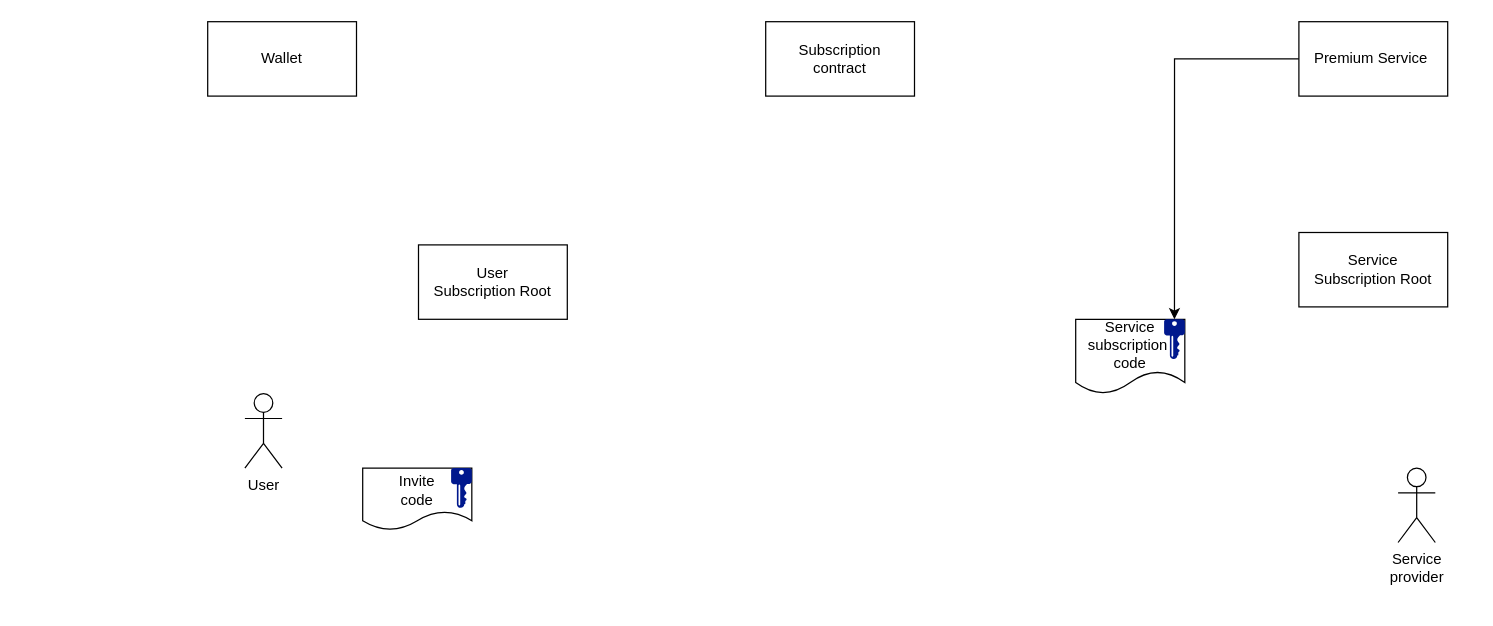
SkySonR/draw.io keeps this draw.io diagram as Untitled Diagram.drawio. Above is the earlier version. Source tidied: cells renumbered, new cells numbered last; positions are measured from the earlier drawing's top-left corner, leaving out a move shared by most shapes. Both pictures are drawn from the tidied source at 124%, with x=0, y=0 at pixel (207, 21).
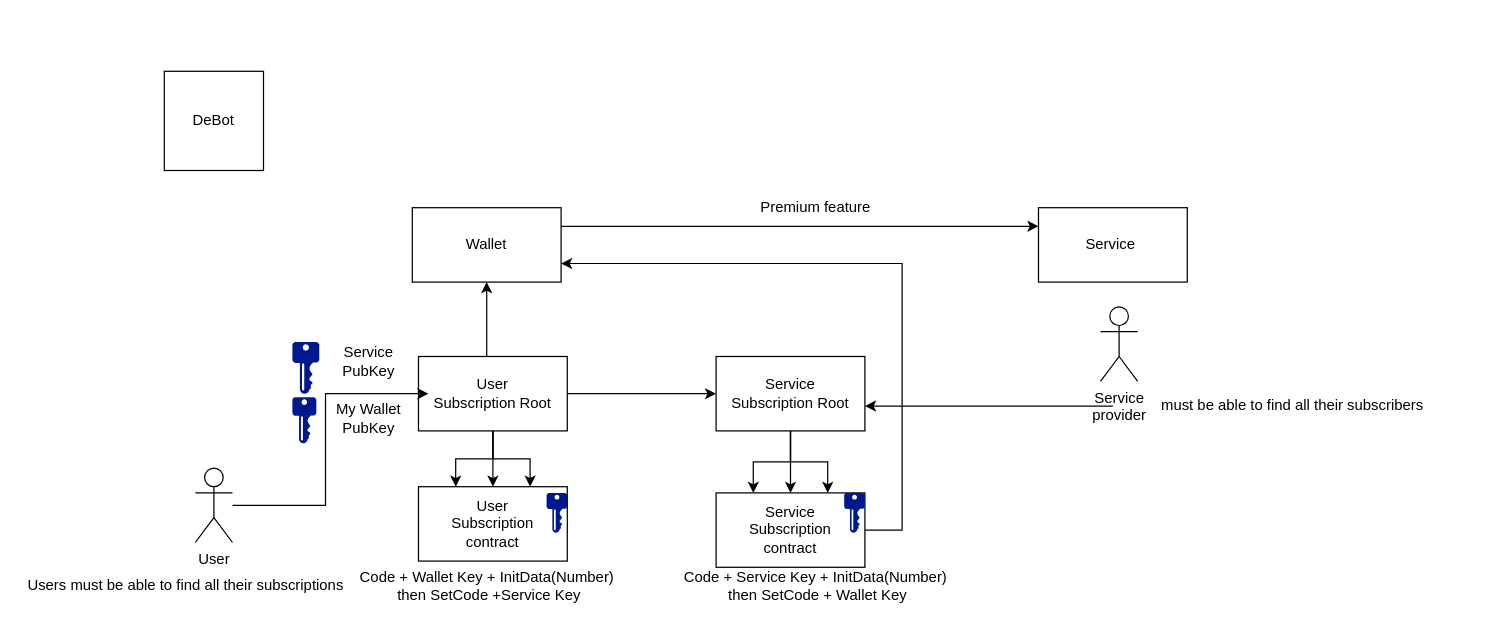
The same diagram, later.

What changed in the source:
```diff
@@
-    <mxCell id="2" value="Subscription&lt;br&gt;contract" style="rounded=0;whiteSpace=wrap;html=1;" parent="1" vertex="1">
-      <mxGeometry x="450" width="120" height="60" as="geometry" />
-    </mxCell>
+    <mxCell id="4" value="User" style="shape=umlActor;verticalLabelPosition=bottom;verticalAlign=top;html=1;outlineConnect=0;" parent="1" vertex="1">
+      <mxGeometry x="-10" y="360" width="30" height="60" as="geometry" />
+    </mxCell>
+    <mxCell id="7" value="Service&amp;nbsp;" style="rounded=0;whiteSpace=wrap;html=1;" parent="1" vertex="1">
+      <mxGeometry x="670" y="150" width="120" height="60" as="geometry" />
+    </mxCell>
+    <mxCell id="17" style="edgeStyle=orthogonalEdgeStyle;rounded=0;jettySize=auto;html=1;entryX=0.5;entryY=0;entryDx=0;entryDy=0;" parent="1" edge="1" source="15" target="28">
+      <mxGeometry relative="1" as="geometry" />
+    </mxCell>
+    <mxCell id="18" style="edgeStyle=orthogonalEdgeStyle;rounded=0;jettySize=auto;html=1;entryX=0.75;entryY=0;entryDx=0;entryDy=0;" parent="1" edge="1" source="15" target="28">
+      <mxGeometry relative="1" as="geometry" />
+    </mxCell>
+    <mxCell id="19" style="edgeStyle=orthogonalEdgeStyle;rounded=0;jettySize=auto;html=1;entryX=0.25;entryY=0;entryDx=0;entryDy=0;" parent="1" edge="1" source="15" target="28">
+      <mxGeometry relative="1" as="geometry" />
+    </mxCell>
+    <mxCell id="15" value="Service&lt;br&gt;Subscription Root" style="rounded=0;whiteSpace=wrap;html=1;" parent="1" vertex="1">
+      <mxGeometry x="410" y="270" width="120" height="60" as="geometry" />
+    </mxCell>
+    <mxCell id="20" style="edgeStyle=orthogonalEdgeStyle;rounded=0;jettySize=auto;html=1;entryX=0.5;entryY=0;entryDx=0;entryDy=0;" parent="1" edge="1" source="16" target="32">
+      <mxGeometry relative="1" as="geometry" />
+    </mxCell>
+    <mxCell id="21" style="edgeStyle=orthogonalEdgeStyle;rounded=0;jettySize=auto;html=1;entryX=0.75;entryY=0;entryDx=0;entryDy=0;" parent="1" edge="1" source="16" target="32">
+      <mxGeometry relative="1" as="geometry" />
+    </mxCell>
+    <mxCell id="22" style="edgeStyle=orthogonalEdgeStyle;rounded=0;jettySize=auto;html=1;entryX=0;entryY=0.5;entryDx=0;entryDy=0;" parent="1" edge="1" source="16" target="15">
+      <mxGeometry relative="1" as="geometry" />
+    </mxCell>
+    <mxCell id="23" style="edgeStyle=orthogonalEdgeStyle;rounded=0;jettySize=auto;html=1;entryX=0.5;entryY=1;entryDx=0;entryDy=0;" parent="1" edge="1" source="16" target="3">
+      <mxGeometry relative="1" as="geometry">
+        <Array as="points">
+          <mxPoint x="225" y="260" />
+          <mxPoint x="225" y="260" />
+        </Array>
+      </mxGeometry>
+    </mxCell>
+    <mxCell id="24" style="edgeStyle=orthogonalEdgeStyle;rounded=0;jettySize=auto;html=1;entryX=0.25;entryY=0;entryDx=0;entryDy=0;" parent="1" edge="1" source="16" target="32">
+      <mxGeometry relative="1" as="geometry" />
+    </mxCell>
+    <mxCell id="16" value="User&lt;br&gt;Subscription Root" style="rounded=0;whiteSpace=wrap;html=1;" parent="1" vertex="1">
+      <mxGeometry x="170" y="270" width="120" height="60" as="geometry" />
+    </mxCell>
+    <mxCell id="25" value="Users must be able to find all their subscriptions" style="text;html=1;strokeColor=none;fillColor=none;align=center;verticalAlign=middle;whiteSpace=wrap;rounded=0;" parent="1" vertex="1">
+      <mxGeometry x="-150" y="445" width="265" height="20" as="geometry" />
+    </mxCell>
+    <mxCell id="26" style="edgeStyle=orthogonalEdgeStyle;rounded=0;jettySize=auto;html=1;" parent="1" edge="1" source="46" target="15">
+      <mxGeometry relative="1" as="geometry">
+        <Array as="points">
+          <mxPoint x="780" y="300" />
+        </Array>
+      </mxGeometry>
+    </mxCell>
+    <mxCell id="27" style="group;" parent="1" vertex="1">
+      <mxGeometry x="410" y="380" width="120" height="60" as="geometry" />
+    </mxCell>
+    <mxCell id="28" value="Service&lt;br&gt;Subscription&lt;br&gt;contract" style="rounded=0;whiteSpace=wrap;html=1;" parent="27" vertex="1">
+      <mxGeometry width="120" height="60" as="geometry" />
+    </mxCell>
+    <mxCell id="29" style="shadow=0;dashed=0;html=1;strokeColor=none;labelPosition=center;verticalLabelPosition=bottom;verticalAlign=top;align=center;fillColor=#00188D;shape=mxgraph.mscae.enterprise.key_permissions;" parent="27" vertex="1">
+      <mxGeometry x="103.3" width="16.7" height="32.1" as="geometry" />
+    </mxCell>
+    <mxCell id="30" style="edgeStyle=orthogonalEdgeStyle;rounded=0;jettySize=auto;html=1;exitX=1;exitY=0.25;exitDx=0;exitDy=0;entryX=0;entryY=0.25;entryDx=0;entryDy=0;" parent="1" edge="1" source="3" target="7">
+      <mxGeometry relative="1" as="geometry" />
+    </mxCell>
     <mxCell id="3" value="Wallet" style="rounded=0;whiteSpace=wrap;html=1;" parent="1" vertex="1">
-      <mxGeometry width="120" height="60" as="geometry" />
+      <mxGeometry x="165" y="150" width="120" height="60" as="geometry" />
     </mxCell>
-    <mxCell id="4" value="User" style="shape=umlActor;verticalLabelPosition=bottom;verticalAlign=top;html=1;outlineConnect=0;" parent="1" vertex="1">
-      <mxGeometry x="30" y="300" width="30" height="60" as="geometry" />
-    </mxCell>
+    <mxCell id="31" style="group;" parent="1" vertex="1">
+      <mxGeometry x="170" y="375" width="120" height="60" as="geometry" />
+    </mxCell>
+    <mxCell id="32" value="User&lt;br&gt;Subscription&lt;br&gt;contract" style="rounded=0;whiteSpace=wrap;html=1;" parent="31" vertex="1">
+      <mxGeometry width="120" height="60" as="geometry" />
+    </mxCell>
+    <mxCell id="33" style="shadow=0;dashed=0;html=1;strokeColor=none;labelPosition=center;verticalLabelPosition=bottom;verticalAlign=top;align=center;fillColor=#00188D;shape=mxgraph.mscae.enterprise.key_permissions;" parent="31" vertex="1">
+      <mxGeometry x="103.3" y="5" width="16.7" height="32.1" as="geometry" />
+    </mxCell>
+    <mxCell id="34" style="edgeStyle=orthogonalEdgeStyle;rounded=0;jettySize=auto;html=1;" parent="1" edge="1" source="4">
+      <mxGeometry relative="1" as="geometry">
+        <mxPoint x="178" y="300" as="targetPoint" />
+        <Array as="points">
+          <mxPoint x="95" y="390" />
+          <mxPoint x="95" y="300" />
+          <mxPoint x="178" y="300" />
+        </Array>
+      </mxGeometry>
+    </mxCell>
+    <mxCell id="35" value="My Wallet PubKey" style="text;html=1;strokeColor=none;fillColor=none;align=center;verticalAlign=middle;whiteSpace=wrap;rounded=0;" parent="1" vertex="1">
+      <mxGeometry x="100" y="310" width="60" height="20" as="geometry" />
+    </mxCell>
+    <mxCell id="36" style="shadow=0;dashed=0;html=1;strokeColor=none;labelPosition=center;verticalLabelPosition=bottom;verticalAlign=top;align=center;fillColor=#00188D;shape=mxgraph.mscae.enterprise.key_permissions;" parent="1" vertex="1">
+      <mxGeometry x="68.3" y="302.8" width="19.3" height="37.2" as="geometry" />
+    </mxCell>
+    <mxCell id="37" value="Code + Wallet Key + InitData(Number)&lt;br&gt;&amp;nbsp;then SetCode +Service Key" style="text;html=1;align=center;verticalAlign=middle;" parent="1" vertex="1">
+      <mxGeometry x="115" y="440" width="220" height="30" as="geometry" />
+    </mxCell>
+    <mxCell id="38" style="group;" parent="1" vertex="1">
+      <mxGeometry x="68.3" y="258.3" width="91.7" height="41.7" as="geometry" />
+    </mxCell>
+    <mxCell id="39" value="Service PubKey" style="text;html=1;strokeColor=none;fillColor=none;align=center;verticalAlign=middle;whiteSpace=wrap;rounded=0;" parent="38" vertex="1">
+      <mxGeometry x="31.7" width="60" height="30.9" as="geometry" />
+    </mxCell>
+    <mxCell id="40" style="shadow=0;dashed=0;html=1;strokeColor=none;labelPosition=center;verticalLabelPosition=bottom;verticalAlign=top;align=center;fillColor=#00188D;shape=mxgraph.mscae.enterprise.key_permissions;" parent="38" vertex="1">
+      <mxGeometry width="21.7" height="41.7" as="geometry" />
+    </mxCell>
+    <mxCell id="41" value="Code +&amp;nbsp;Service Key + InitData(Number)&lt;br&gt;&amp;nbsp;then SetCode + Wallet Key" style="text;html=1;align=center;verticalAlign=middle;" parent="1" vertex="1">
+      <mxGeometry x="375" y="440" width="230" height="30" as="geometry" />
+    </mxCell>
+    <mxCell id="42" style="edgeStyle=orthogonalEdgeStyle;rounded=0;jettySize=auto;html=1;entryX=1;entryY=0.75;entryDx=0;entryDy=0;" parent="1" edge="1" source="28" target="3">
+      <mxGeometry relative="1" as="geometry">
+        <Array as="points">
+          <mxPoint x="560" y="410" />
+          <mxPoint x="560" y="195" />
+        </Array>
+      </mxGeometry>
+    </mxCell>
+    <mxCell id="43" value="&lt;span&gt;Premium feature&lt;/span&gt;" style="text;html=1;align=center;verticalAlign=middle;" parent="1" vertex="1">
+      <mxGeometry x="440" y="140" width="100" height="20" as="geometry" />
+    </mxCell>
+    <mxCell id="44" style="group;" parent="1" vertex="1">
+      <mxGeometry x="580" y="315" width="290" height="150" as="geometry" />
+    </mxCell>
+    <mxCell id="45" style="group;" parent="44" vertex="1">
+      <mxGeometry x="140" y="-95" width="290" height="150" as="geometry" />
+    </mxCell>
-    <mxCell id="5" value="Service&lt;br&gt;provider" style="shape=umlActor;verticalLabelPosition=bottom;verticalAlign=top;html=1;" parent="1" vertex="1">
-      <mxGeometry x="960" y="360" width="30" height="60" as="geometry" />
+    <mxCell id="5" value="Service&lt;br&gt;provider" style="shape=umlActor;verticalLabelPosition=bottom;verticalAlign=top;html=1;" parent="45" vertex="1">
+      <mxGeometry y="10" width="30" height="60" as="geometry" />
     </mxCell>
-    <mxCell id="6" style="edgeStyle=orthogonalEdgeStyle;rounded=0;jettySize=auto;html=1;entryX=0.5;entryY=0;entryDx=0;entryDy=0;entryPerimeter=0;" parent="1" edge="1" source="7" target="14">
-      <mxGeometry relative="1" as="geometry" />
-    </mxCell>
-    <mxCell id="7" value="Premium Service&amp;nbsp;" style="rounded=0;whiteSpace=wrap;html=1;" parent="1" vertex="1">
-      <mxGeometry x="880" width="120" height="60" as="geometry" />
-    </mxCell>
-    <mxCell id="8" style="group;" parent="1" vertex="1">
-      <mxGeometry x="115" y="390" width="130" height="60" as="geometry" />
-    </mxCell>
-    <mxCell id="9" style="group;" parent="8" vertex="1">
-      <mxGeometry width="130" height="50" as="geometry" />
-    </mxCell>
-    <mxCell id="10" style="group;" parent="9" vertex="1">
-      <mxGeometry x="10" y="-30" width="126.7" height="50" as="geometry" />
-    </mxCell>
-    <mxCell id="11" value="Invite&lt;br&gt;code" style="shape=document;whiteSpace=wrap;html=1;boundedLbl=1;" parent="10" vertex="1">
-      <mxGeometry width="88" height="50" as="geometry" />
-    </mxCell>
-    <mxCell id="12" style="shadow=0;dashed=0;html=1;strokeColor=none;labelPosition=center;verticalLabelPosition=bottom;verticalAlign=top;align=center;fillColor=#00188D;shape=mxgraph.mscae.enterprise.key_permissions;" parent="10" vertex="1">
-      <mxGeometry x="71.3" width="16.7" height="32.1" as="geometry" />
-    </mxCell>
-    <mxCell id="13" value="Service&lt;br&gt;subscription&amp;nbsp;&lt;br&gt;code" style="shape=document;whiteSpace=wrap;html=1;boundedLbl=1;" parent="1" vertex="1">
-      <mxGeometry x="700" y="240" width="88" height="60" as="geometry" />
-    </mxCell>
-    <mxCell id="14" style="shadow=0;dashed=0;html=1;strokeColor=none;labelPosition=center;verticalLabelPosition=bottom;verticalAlign=top;align=center;fillColor=#00188D;shape=mxgraph.mscae.enterprise.key_permissions;" parent="1" vertex="1">
-      <mxGeometry x="771.3" y="240" width="16.7" height="32.1" as="geometry" />
-    </mxCell>
-    <mxCell id="15" value="Service&lt;br&gt;Subscription Root" style="rounded=0;whiteSpace=wrap;html=1;" parent="1" vertex="1">
-      <mxGeometry x="880" y="170" width="120" height="60" as="geometry" />
-    </mxCell>
-    <mxCell id="16" value="User&lt;br&gt;Subscription Root" style="rounded=0;whiteSpace=wrap;html=1;" parent="1" vertex="1">
-      <mxGeometry x="170" y="180" width="120" height="60" as="geometry" />
-    </mxCell>
+    <mxCell id="46" value="must be able to find all their subscribers" style="text;html=1;strokeColor=none;fillColor=none;align=center;verticalAlign=middle;whiteSpace=wrap;rounded=0;" parent="45" vertex="1">
+      <mxGeometry x="10" y="50" width="290" height="80" as="geometry" />
+    </mxCell>
+    <mxCell id="47" value="DeBot" style="whiteSpace=wrap;html=1;" parent="1" vertex="1">
+      <mxGeometry x="-35" y="40" width="80" height="80" as="geometry" />
+    </mxCell>
```
